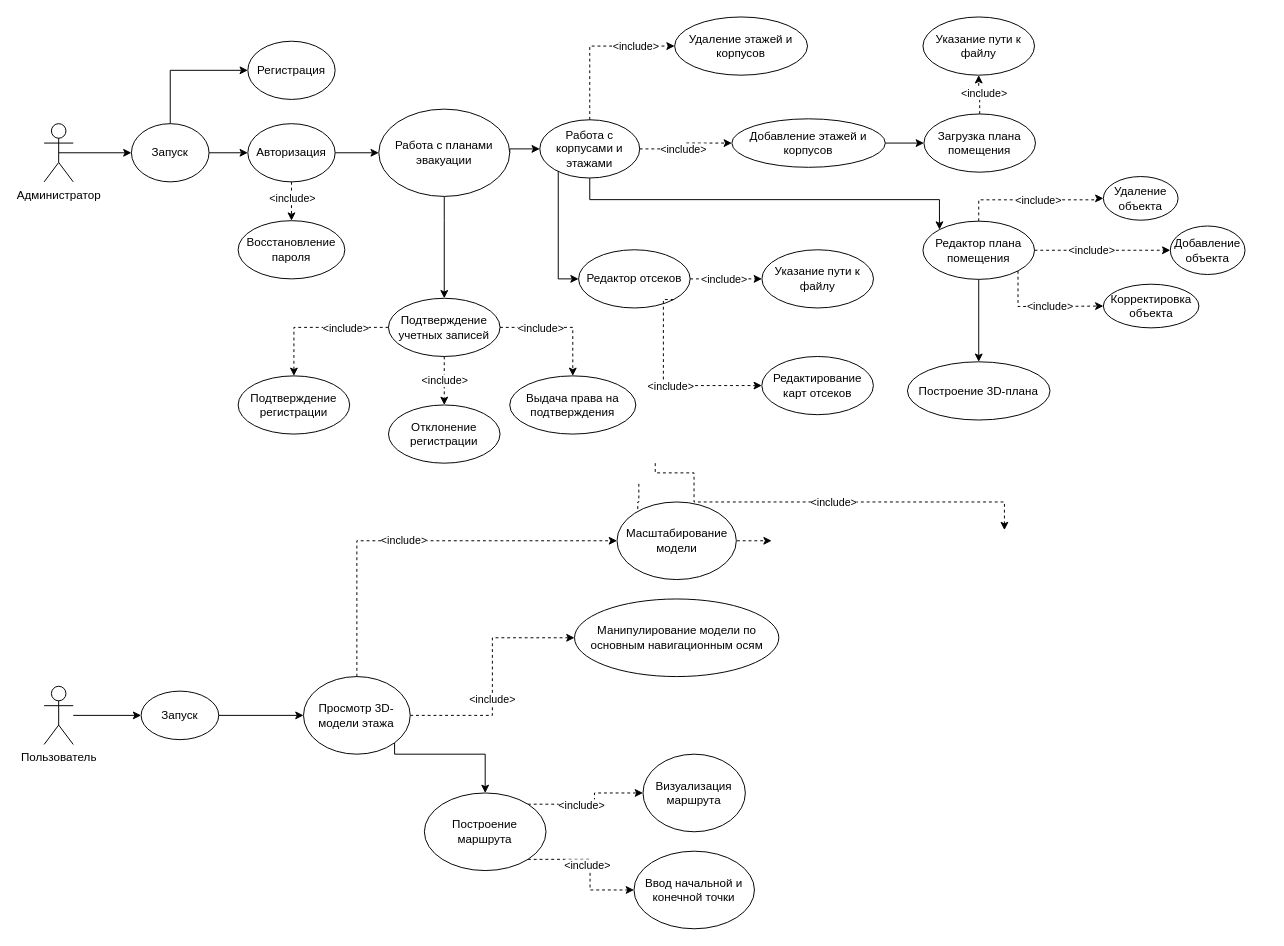
The draw.io diagram usecase.drawio in kapec2303/Diplom_pictures, before the edit. Source tidied: cells renumbered, new cells numbered last; positions are measured from the earlier drawing's top-left corner, leaving out a move shared by most shapes. Both pictures are drawn from the tidied source at 97%, with x=0, y=0 at pixel (44, 16).
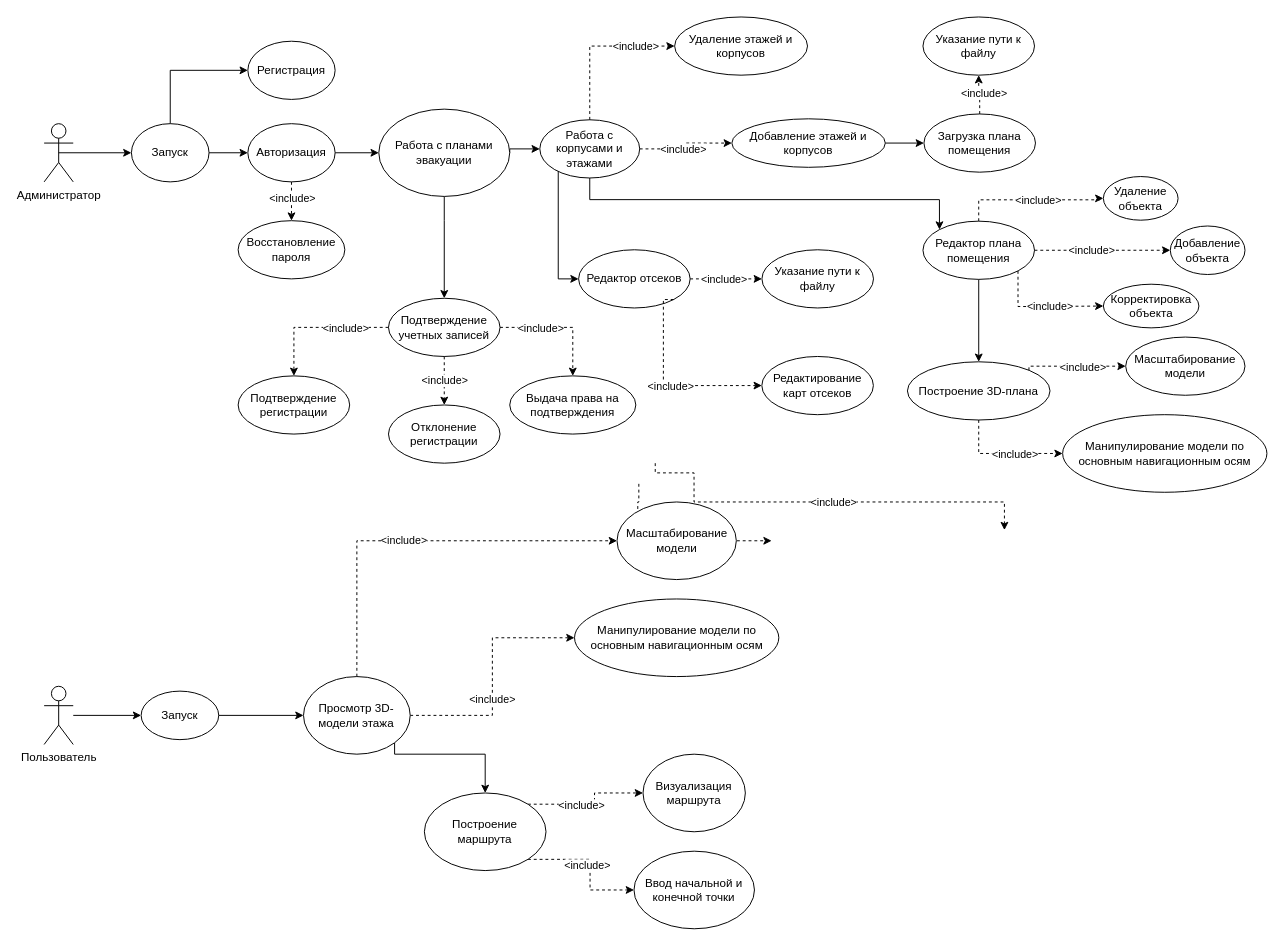
Above is the later version.

The change refers to these unchanged cells:
```xml
<mxCell id="36" value="Построение 3D-плана" style="ellipse;whiteSpace=wrap;html=1;verticalAlign=middle;" parent="1" vertex="1">
  <mxGeometry x="890" y="355.5" width="147" height="60" as="geometry" />
</mxCell>
```

Diff of the diagram source:
```diff
@@
+    <mxCell id="82" style="edgeStyle=orthogonalEdgeStyle;rounded=0;jettySize=auto;html=1;dashed=1;entryX=0;entryY=0.5;entryDx=0;entryDy=0;exitX=1;exitY=0;exitDx=0;exitDy=0;" parent="1" edge="1" source="36" target="84">
+      <mxGeometry relative="1" as="geometry">
+        <Array as="points">
+          <mxPoint x="1015" y="360" />
+        </Array>
+      </mxGeometry>
+    </mxCell>
+    <mxCell id="83" value="&amp;lt;include&amp;gt;" style="edgeLabel;html=1;align=center;verticalAlign=middle;" parent="82" vertex="1">
+      <mxGeometry x="-0.08" y="1" relative="1" as="geometry">
+        <mxPoint x="11" y="1" as="offset" />
+      </mxGeometry>
+    </mxCell>
+    <mxCell id="84" value="Масштабирование модели" style="ellipse;whiteSpace=wrap;html=1;verticalAlign=middle;" parent="1" vertex="1">
+      <mxGeometry x="1115" y="330" width="123" height="60" as="geometry" />
+    </mxCell>
+    <mxCell id="85" style="edgeStyle=orthogonalEdgeStyle;rounded=0;jettySize=auto;html=1;dashed=1;exitX=0.5;exitY=1;exitDx=0;exitDy=0;" parent="1" edge="1" source="36" target="87">
+      <mxGeometry relative="1" as="geometry" />
+    </mxCell>
+    <mxCell id="86" value="&amp;lt;include&amp;gt;" style="edgeLabel;html=1;align=center;verticalAlign=middle;" parent="85" vertex="1">
+      <mxGeometry x="-0.19" y="1" relative="1" as="geometry">
+        <mxPoint x="22" y="1" as="offset" />
+      </mxGeometry>
+    </mxCell>
+    <mxCell id="87" value="Манипулирование модели по основным навигационным осям" style="ellipse;whiteSpace=wrap;html=1;verticalAlign=middle;" parent="1" vertex="1">
+      <mxGeometry x="1050" y="410" width="210.6" height="80" as="geometry" />
+    </mxCell>
```
